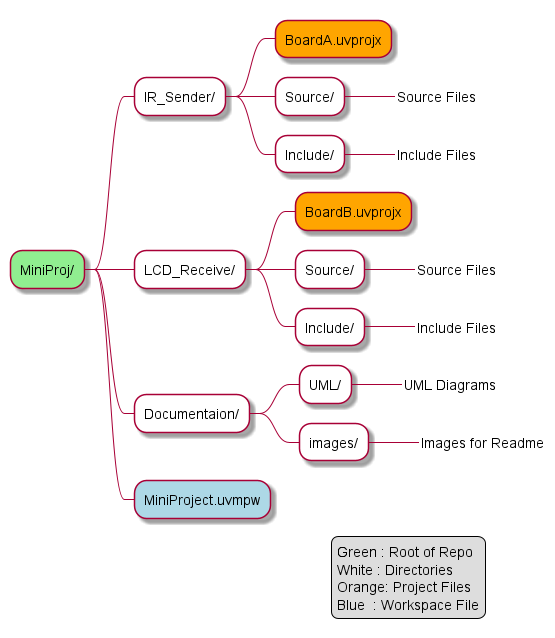
Before: Documentation/out/puml/Structure/Structure.png, a diagram exported from PlantUML (zachporter1999/SYSC-4907-mini-proj).
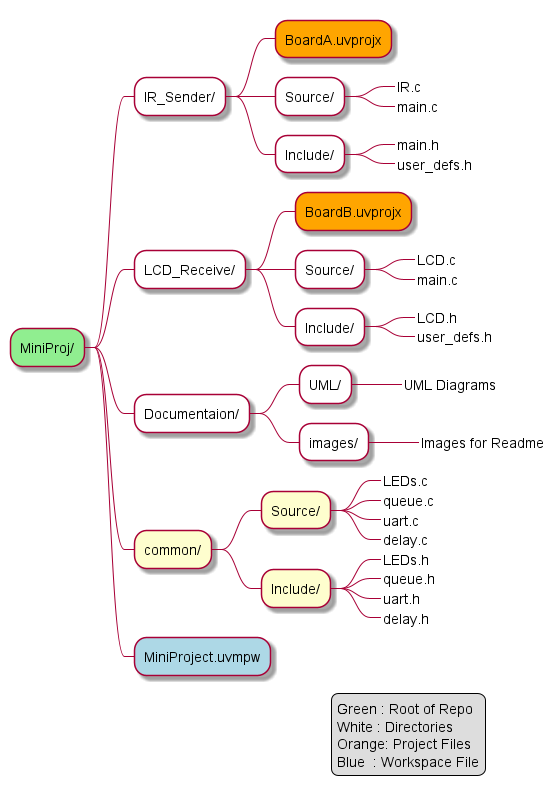
After the change.

What changed in the source:
```diff
@@ -4,22 +4,38 @@
 **[#white] IR_Sender/
 ***[#orange] BoardA.uvprojx
 ***[#white] Source/
-****_ Source Files
+****_ IR.c
+****_ main.c
 ***[#white] Include/
-****_ Include Files
+****_ main.h
+****_ user_defs.h
 
 **[#white] LCD_Receive/
 ***[#orange] BoardB.uvprojx
 ***[#white] Source/
-****_ Source Files
+****_ LCD.c
+****_ main.c
 ***[#white] Include/
-****_ Include Files
+****_ LCD.h
+****_ user_defs.h
 
 **[#white] Documentaion/
 ***[#white] UML/
 ****_ UML Diagrams
 ***[#white] images/
 ****_ Images for Readme
+
+** common/
+*** Source/
+****_ LEDs.c
+****_ queue.c
+****_ uart.c
+****_ delay.c
+*** Include/
+****_ LEDs.h
+****_ queue.h
+****_ uart.h
+****_ delay.h
 
 **[#lightblue] MiniProject.uvmpw
 
```
